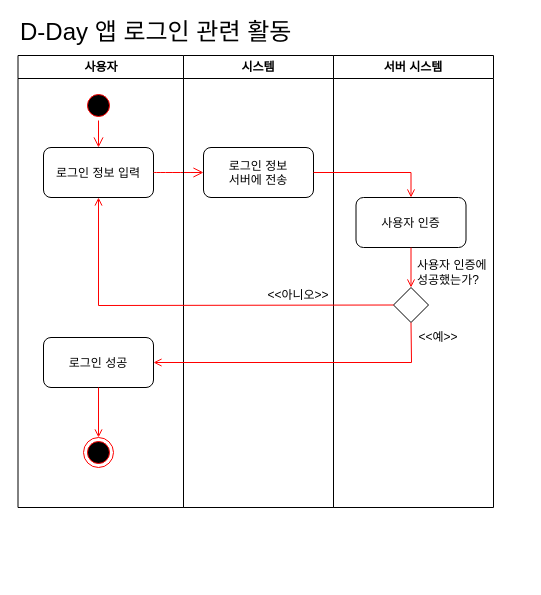
Above: activity diagram - login.drawio in baechuTree/softwareEngineering (draw.io), before the change. Source tidied: cells renumbered, new cells numbered last; positions are measured from the earlier drawing's top-left corner, leaving out a move shared by most shapes. Both pictures are drawn from the tidied source at 100%, with x=0, y=0 at pixel (17, 17).
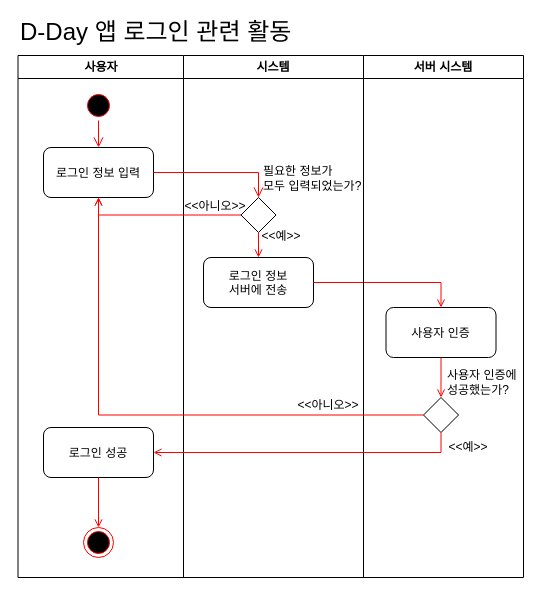
Above is the later version.

The change refers to these unchanged cells:
```xml
<mxCell id="5" value="로그인 정보 입력" style="rounded=1;" parent="2" vertex="1">
  <mxGeometry x="25.5" y="92" width="110" height="50" as="geometry" />
</mxCell>
```

The edit, as a diff of the source:
```diff
@@
     <mxCell id="2" value="사용자" style="swimlane;whiteSpace=wrap;startSize=23;" parent="1" vertex="1">
-      <mxGeometry x="0.5" y="38" width="165.5" height="452" as="geometry" />
+      <mxGeometry x="0.5" y="38" width="165.5" height="522" as="geometry" />
     </mxCell>
@@
-    <mxCell id="6" value="로그인 정보&#10;서버에 전송" style="rounded=1;" parent="2" vertex="1">
-      <mxGeometry x="185.5" y="92" width="110" height="50" as="geometry" />
-    </mxCell>
-    <mxCell id="7" style="edgeStyle=none;curved=1;rounded=0;jettySize=auto;html=1;fontSize=12;startSize=8;endSize=8;strokeColor=#FF0000;endArrow=open;endFill=0;" parent="2" edge="1" source="5" target="6">
-      <mxGeometry relative="1" as="geometry" />
-    </mxCell>
     <mxCell id="8" value="로그인 성공" style="rounded=1;" parent="2" vertex="1">
-      <mxGeometry x="25.5" y="282" width="110" height="50" as="geometry" />
+      <mxGeometry x="25.5" y="372" width="110" height="50" as="geometry" />
     </mxCell>
     <mxCell id="9" style="ellipse;shape=endState;fillColor=#000000;strokeColor=#ff0000;" parent="2" vertex="1">
-      <mxGeometry x="65.5" y="382" width="30" height="30" as="geometry" />
+      <mxGeometry x="65.5" y="472" width="30" height="30" as="geometry" />
     </mxCell>
@@
     <mxCell id="11" value="시스템" style="swimlane;whiteSpace=wrap;" parent="1" vertex="1">
-      <mxGeometry x="166" y="38" width="150" height="452" as="geometry" />
+      <mxGeometry x="166" y="38" width="180" height="522" as="geometry" />
     </mxCell>
+    <mxCell id="23" value="&amp;lt;&amp;lt;예&amp;gt;&amp;gt;" style="text;html=1;align=center;verticalAlign=middle;whiteSpace=wrap;rounded=0;" parent="11" vertex="1">
+      <mxGeometry x="53" y="166" width="90" height="30" as="geometry" />
+    </mxCell>
+    <mxCell id="24" value="&amp;lt;&amp;lt;아니오&amp;gt;&amp;gt;" style="text;html=1;align=center;verticalAlign=middle;whiteSpace=wrap;rounded=0;" parent="11" vertex="1">
+      <mxGeometry x="-13" y="136" width="90" height="30" as="geometry" />
+    </mxCell>
+    <mxCell id="25" value="필요한 정보가&lt;div&gt;모두 입력되었는가?&lt;/div&gt;" style="text;html=1;align=left;verticalAlign=middle;whiteSpace=wrap;rounded=0;" parent="11" vertex="1">
+      <mxGeometry x="78" y="108" width="102" height="30" as="geometry" />
+    </mxCell>
+    <mxCell id="6" value="로그인 정보&#10;서버에 전송" style="rounded=1;" parent="11" vertex="1">
+      <mxGeometry x="20" y="202" width="110" height="50" as="geometry" />
+    </mxCell>
     <mxCell id="12" value="&amp;lt;&amp;lt;아니오&amp;gt;&amp;gt;" style="text;html=1;align=center;verticalAlign=middle;whiteSpace=wrap;rounded=0;" parent="11" vertex="1">
-      <mxGeometry x="70" y="225" width="90" height="30" as="geometry" />
+      <mxGeometry x="100" y="335" width="90" height="30" as="geometry" />
     </mxCell>
-    <mxCell id="13" value="D-Day 앱 로그인 관련 활동" style="text;html=1;align=left;verticalAlign=middle;whiteSpace=wrap;rounded=0;fontSize=24;" parent="1" vertex="1">
-      <mxGeometry x="0.5" width="445.5" height="30" as="geometry" />
-    </mxCell>
-    <mxCell id="14" value="서버 시스템" style="swimlane;whiteSpace=wrap;startSize=23;" parent="1" vertex="1">
-      <mxGeometry x="316" y="38" width="160" height="452" as="geometry" />
-    </mxCell>
-    <mxCell id="15" value="&amp;lt;&amp;lt;예&amp;gt;&amp;gt;" style="text;html=1;align=center;verticalAlign=middle;whiteSpace=wrap;rounded=0;" parent="14" vertex="1">
-      <mxGeometry x="60" y="267" width="90" height="30" as="geometry" />
+    <mxCell id="15" value="&amp;lt;&amp;lt;예&amp;gt;&amp;gt;" style="text;html=1;align=center;verticalAlign=middle;whiteSpace=wrap;rounded=0;" parent="11" vertex="1">
+      <mxGeometry x="240" y="377" width="90" height="30" as="geometry" />
     </mxCell>
-    <mxCell id="16" style="rhombus;whiteSpace=wrap;html=1;" parent="14" vertex="1">
-      <mxGeometry x="60" y="232" width="35" height="35" as="geometry" />
+    <mxCell id="16" style="rhombus;whiteSpace=wrap;html=1;" parent="11" vertex="1">
+      <mxGeometry x="240" y="342" width="35" height="35" as="geometry" />
     </mxCell>
-    <mxCell id="17" value="사용자 인증에 성공했는가?" style="text;html=1;align=left;verticalAlign=middle;whiteSpace=wrap;rounded=0;" parent="14" vertex="1">
-      <mxGeometry x="82" y="202" width="78" height="30" as="geometry" />
+    <mxCell id="17" value="사용자 인증에 성공했는가?" style="text;html=1;align=left;verticalAlign=middle;whiteSpace=wrap;rounded=0;" parent="11" vertex="1">
+      <mxGeometry x="262" y="312" width="78" height="30" as="geometry" />
     </mxCell>
-    <mxCell id="18" value="사용자 인증" style="rounded=1;" parent="14" vertex="1">
-      <mxGeometry x="22.5" y="142" width="110" height="50" as="geometry" />
+    <mxCell id="18" value="사용자 인증" style="rounded=1;" parent="11" vertex="1">
+      <mxGeometry x="202.5" y="252" width="110" height="50" as="geometry" />
     </mxCell>
-    <mxCell id="19" style="endArrow=open;strokeColor=#FF0000;endFill=1;rounded=0;entryX=0.5;entryY=0;entryDx=0;entryDy=0;exitX=0.5;exitY=1;exitDx=0;exitDy=0;" parent="14" edge="1" source="18" target="16">
+    <mxCell id="19" style="endArrow=open;strokeColor=#FF0000;endFill=1;rounded=0;entryX=0.5;entryY=0;entryDx=0;entryDy=0;exitX=0.5;exitY=1;exitDx=0;exitDy=0;" parent="11" edge="1" source="18" target="16">
       <mxGeometry relative="1" as="geometry" />
     </mxCell>
+    <mxCell id="21" style="edgeStyle=orthogonalEdgeStyle;rounded=0;jettySize=auto;html=1;endArrow=open;endFill=0;strokeColor=#FF0000;entryX=0.5;entryY=0;entryDx=0;entryDy=0;" parent="11" edge="1" source="6" target="18">
+      <mxGeometry relative="1" as="geometry" />
+    </mxCell>
+    <mxCell id="26" style="rhombus;whiteSpace=wrap;html=1;" parent="11" vertex="1">
+      <mxGeometry x="57.5" y="142" width="35" height="35" as="geometry" />
+    </mxCell>
+    <mxCell id="27" style="endArrow=open;strokeColor=#FF0000;endFill=1;rounded=0;entryX=0.5;entryY=0;entryDx=0;entryDy=0;exitX=0.5;exitY=1;exitDx=0;exitDy=0;" parent="11" edge="1" source="26" target="6">
+      <mxGeometry relative="1" as="geometry" />
+    </mxCell>
+    <mxCell id="13" value="D-Day 앱 로그인 관련 활동" style="text;html=1;align=left;verticalAlign=middle;whiteSpace=wrap;rounded=0;fontSize=24;" parent="1" vertex="1">
+      <mxGeometry x="0.5" width="445.5" height="30" as="geometry" />
+    </mxCell>
+    <mxCell id="14" value="서버 시스템" style="swimlane;whiteSpace=wrap;startSize=23;" parent="1" vertex="1">
+      <mxGeometry x="346" y="38" width="160" height="522" as="geometry" />
+    </mxCell>
-    <mxCell id="20" style="endArrow=open;strokeColor=#FF0000;endFill=1;rounded=0;entryX=0.5;entryY=1;entryDx=0;entryDy=0;exitX=0;exitY=0.5;exitDx=0;exitDy=0;" parent="1" edge="1" source="16" target="5">
-      <mxGeometry relative="1" as="geometry">
-        <Array as="points">
-          <mxPoint x="81" y="288" />
-        </Array>
-      </mxGeometry>
+    <mxCell id="20" style="endArrow=open;strokeColor=#FF0000;endFill=1;rounded=0;entryX=0.5;entryY=1;entryDx=0;entryDy=0;exitX=0;exitY=0.5;exitDx=0;exitDy=0;edgeStyle=orthogonalEdgeStyle;" parent="1" edge="1" source="16" target="5">
+      <mxGeometry relative="1" as="geometry" />
     </mxCell>
-    <mxCell id="21" style="edgeStyle=orthogonalEdgeStyle;rounded=0;jettySize=auto;html=1;endArrow=open;endFill=0;strokeColor=#FF0000;entryX=0.5;entryY=0;entryDx=0;entryDy=0;" parent="1" edge="1" source="6" target="18">
-      <mxGeometry relative="1" as="geometry" />
-    </mxCell>
-    <mxCell id="22" style="endArrow=open;strokeColor=#FF0000;endFill=1;rounded=0;entryX=1;entryY=0.5;entryDx=0;entryDy=0;exitX=0.5;exitY=1;exitDx=0;exitDy=0;" parent="1" edge="1" source="16" target="8">
-      <mxGeometry relative="1" as="geometry">
-        <Array as="points">
-          <mxPoint x="394" y="345" />
-        </Array>
-      </mxGeometry>
+    <mxCell id="22" style="endArrow=open;strokeColor=#FF0000;endFill=1;rounded=0;entryX=1;entryY=0.5;entryDx=0;entryDy=0;exitX=0.5;exitY=1;exitDx=0;exitDy=0;edgeStyle=orthogonalEdgeStyle;" parent="1" edge="1" source="16" target="8">
+      <mxGeometry relative="1" as="geometry" />
     </mxCell>
+    <mxCell id="7" style="edgeStyle=orthogonalEdgeStyle;rounded=0;jettySize=auto;html=1;fontSize=12;startSize=8;endSize=8;strokeColor=#FF0000;endArrow=open;endFill=0;exitX=1;exitY=0.5;exitDx=0;exitDy=0;entryX=0.5;entryY=0;entryDx=0;entryDy=0;" parent="1" edge="1" source="5" target="26">
+      <mxGeometry relative="1" as="geometry">
+        <Array as="points">
+          <mxPoint x="241" y="155" />
+        </Array>
+      </mxGeometry>
+    </mxCell>
+    <mxCell id="28" style="endArrow=open;strokeColor=#FF0000;endFill=1;rounded=0;entryX=0.5;entryY=1;entryDx=0;entryDy=0;edgeStyle=orthogonalEdgeStyle;exitX=0;exitY=0.5;exitDx=0;exitDy=0;" parent="1" edge="1" source="26" target="5">
+      <mxGeometry relative="1" as="geometry" />
+    </mxCell>
```
